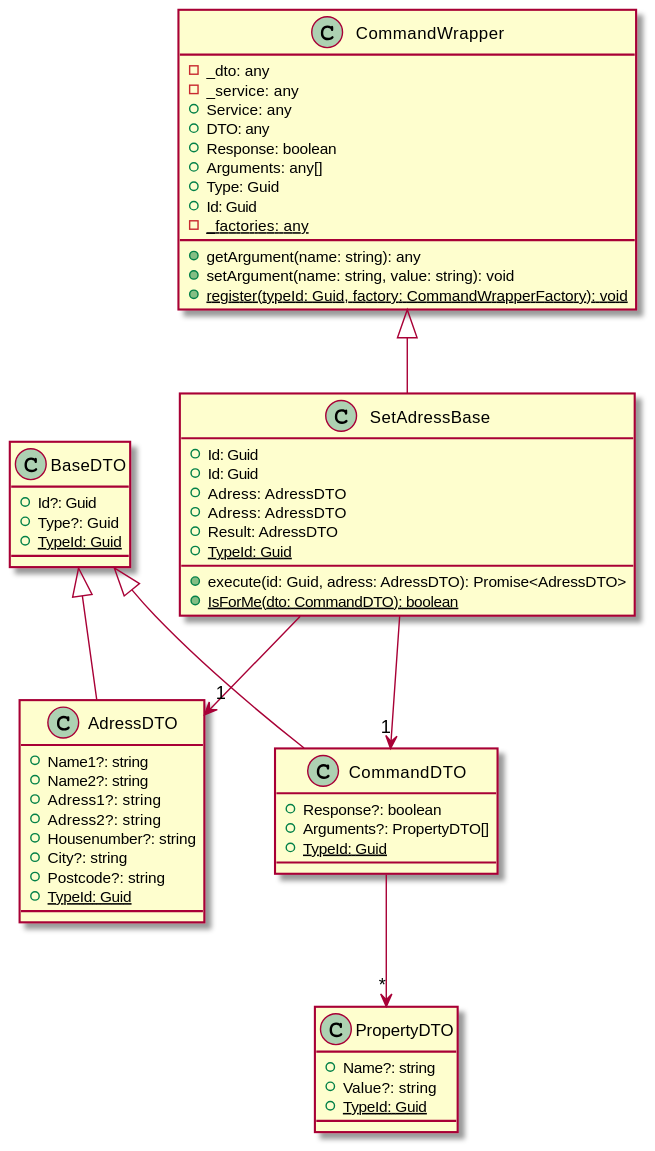
kokolorix/wEBcMD keeps this PlantUML diagram as wEBcMD/Doc/Types/ts/SetAdress.svg. Above is the earlier version. Its diagram source:
```plantuml
@startuml
class BaseDTO {
    +Id?: Guid
    +Type?: Guid
    +{static} TypeId: Guid
}
class AdressDTO extends BaseDTO {
    +Name1?: string
    +Name2?: string
    +Adress1?: string
    +Adress2?: string
    +Housenumber?: string
    +City?: string
    +Postcode?: string
    +{static} TypeId: Guid
}
class CommandWrapper {
    -_dto: any
    -_service: any
    +Service: any
    +DTO: any
    +Response: boolean
    +Arguments: any[]
    +Type: Guid
    +Id: Guid
    +getArgument(name: string): any
    +setArgument(name: string, value: string): void
    -{static} _factories: any
    +{static} register(typeId: Guid, factory: CommandWrapperFactory): void
}
class PropertyDTO {
    +Name?: string
    +Value?: string
    +{static} TypeId: Guid
}
class CommandDTO extends BaseDTO {
    +Response?: boolean
    +Arguments?: PropertyDTO[]
    +{static} TypeId: Guid
}
class SetAdressBase extends CommandWrapper {
    +Id: Guid
    +Id: Guid
    +Adress: AdressDTO
    +Adress: AdressDTO
    +Result: AdressDTO
    +execute(id: Guid, adress: AdressDTO): Promise<AdressDTO>
    +{static} TypeId: Guid
    +{static} IsForMe(dto: CommandDTO): boolean
}
CommandDTO --> "*" PropertyDTO
SetAdressBase --> "1" AdressDTO
SetAdressBase --> "1" CommandDTO
@enduml
```
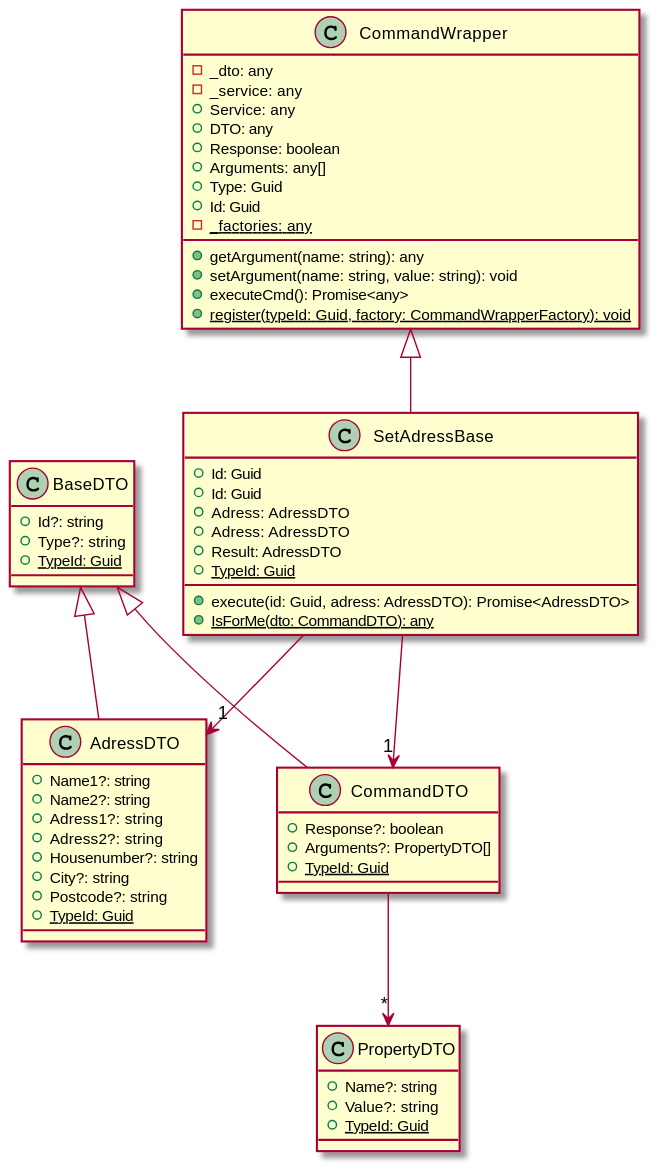
Above is the later version.

Change to the diagram source:
```diff
@@ -1,7 +1,7 @@
 @startuml
 class BaseDTO {
-    +Id?: Guid
-    +Type?: Guid
+    +Id?: string
+    +Type?: string
     +{static} TypeId: Guid
 }
 class AdressDTO extends BaseDTO {
@@ -25,6 +25,7 @@
     +Id: Guid
     +getArgument(name: string): any
     +setArgument(name: string, value: string): void
+    +executeCmd(): Promise<any>
     -{static} _factories: any
     +{static} register(typeId: Guid, factory: CommandWrapperFactory): void
 }
@@ -46,7 +47,7 @@
     +Result: AdressDTO
     +execute(id: Guid, adress: AdressDTO): Promise<AdressDTO>
     +{static} TypeId: Guid
-    +{static} IsForMe(dto: CommandDTO): boolean
+    +{static} IsForMe(dto: CommandDTO): any
 }
 CommandDTO --> "*" PropertyDTO
 SetAdressBase --> "1" AdressDTO
```
